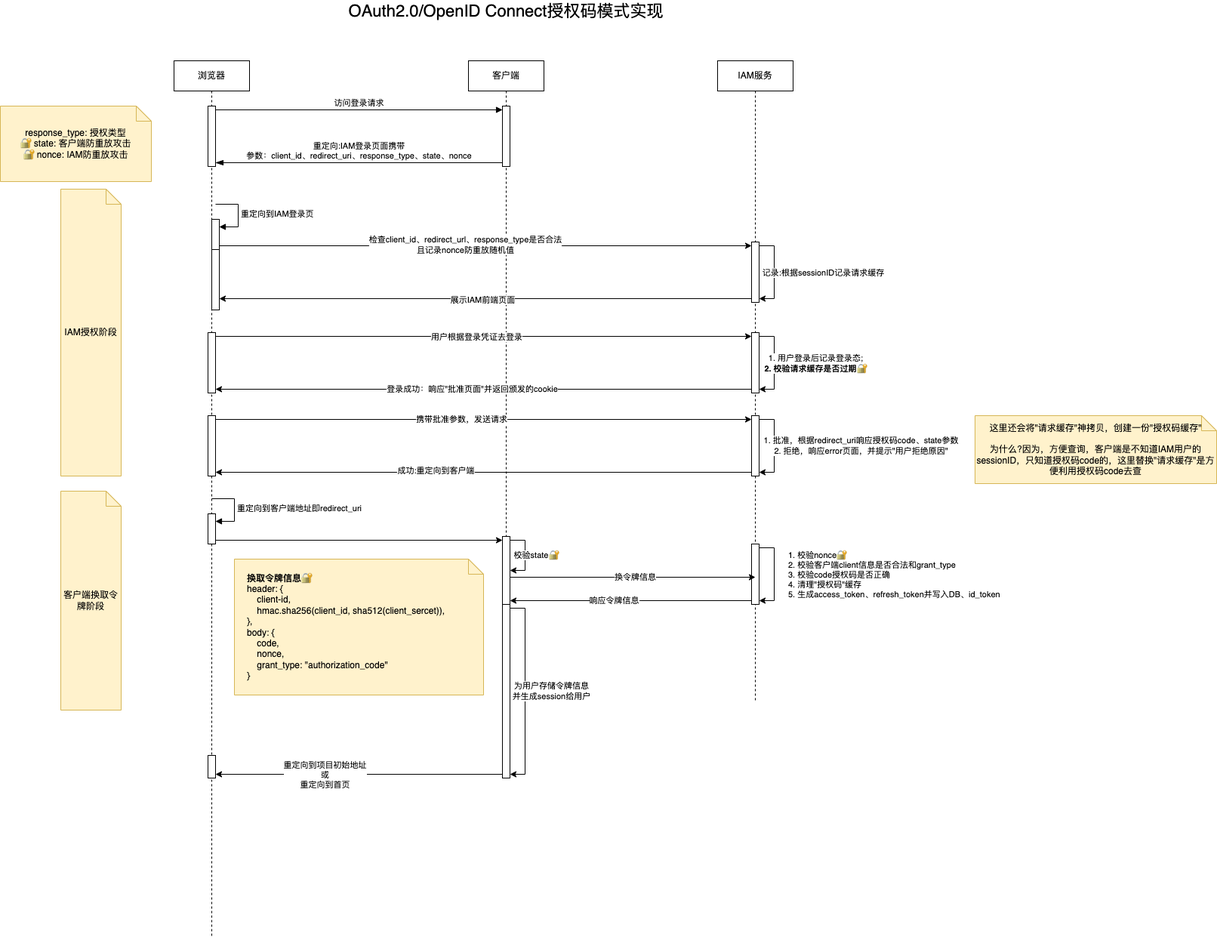
Earlier version of the draw.io export IAM实现.drawio.png (JYbill/draw). Source tidied: cells renumbered, new cells last; positions are measured from the earlier drawing's top-left corner, leaving out a move shared by most shapes.
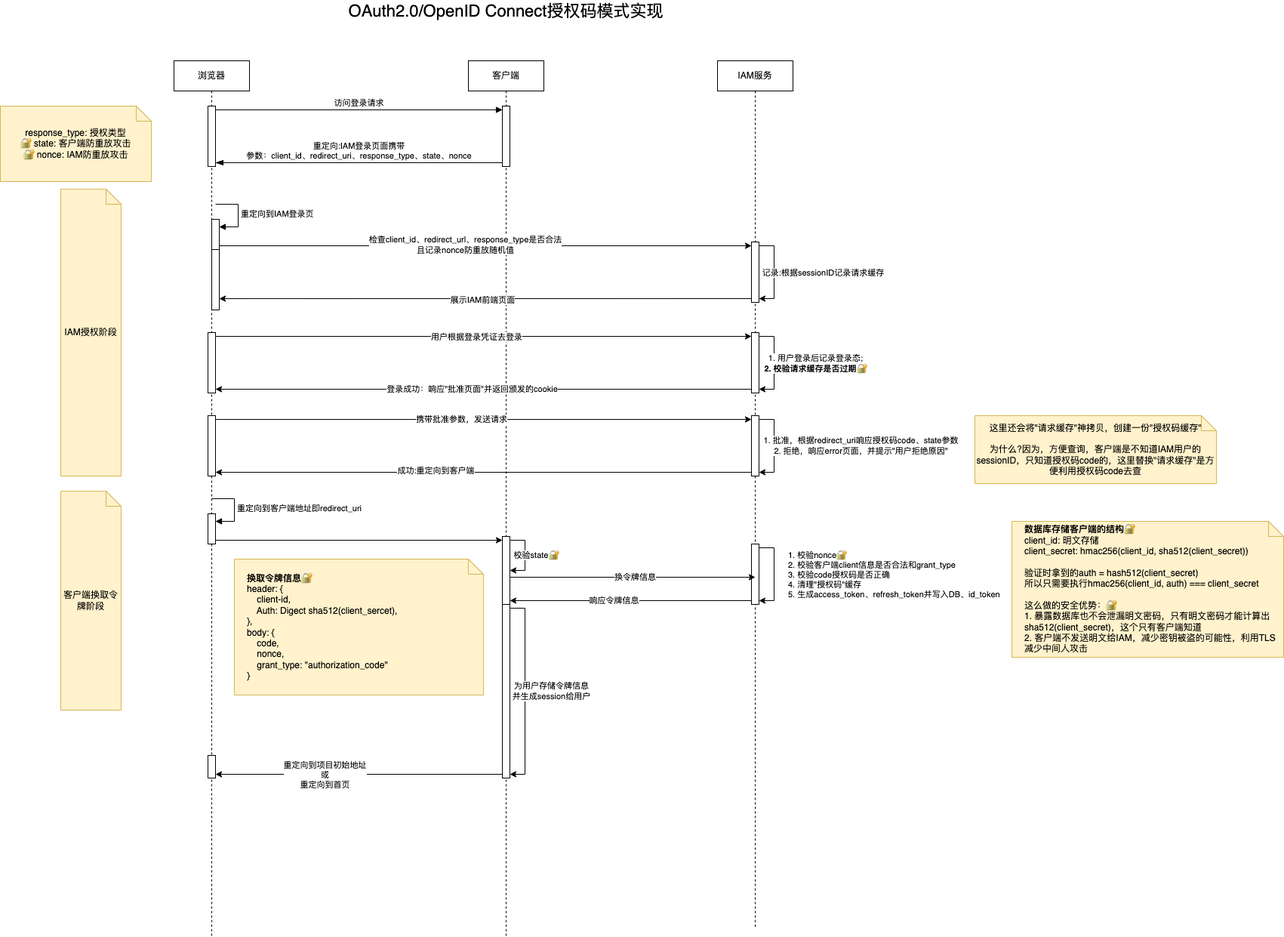
After the change.

Change to the diagram source:
```diff
@@ -43,7 +43,7 @@
       <mxGeometry x="45" y="920" width="10" height="30" as="geometry" />
     </mxCell>
     <mxCell id="12" value="客户端" style="shape=umlLifeline;perimeter=lifelinePerimeter;whiteSpace=wrap;html=1;newEdgeStyle={&quot;curved&quot;:0,&quot;rounded&quot;:0};" parent="1" vertex="1">
-      <mxGeometry x="620" y="80" width="100" height="950" as="geometry" />
+      <mxGeometry x="620" y="80" width="100" height="1160" as="geometry" />
     </mxCell>
     <mxCell id="13" style="html=1;points=[[0,0,0,0,5],[0,1,0,0,-5],[1,0,0,0,5],[1,1,0,0,-5]];perimeter=orthogonalPerimeter;outlineConnect=0;targetShapes=umlLifeline;portConstraint=eastwest;newEdgeStyle={&quot;curved&quot;:0,&quot;rounded&quot;:0};" parent="12" vertex="1">
       <mxGeometry x="45" y="60" width="10" height="80" as="geometry" />
@@ -80,7 +80,7 @@
       <mxGeometry relative="1" as="geometry" />
     </mxCell>
     <mxCell id="23" value="IAM服务" style="shape=umlLifeline;perimeter=lifelinePerimeter;whiteSpace=wrap;html=1;newEdgeStyle={&quot;curved&quot;:0,&quot;rounded&quot;:0};" parent="1" vertex="1">
-      <mxGeometry x="950" y="80" width="100" height="850" as="geometry" />
+      <mxGeometry x="950" y="80" width="100" height="1150" as="geometry" />
     </mxCell>
     <mxCell id="24" style="html=1;points=[[0,0,0,0,5],[0,1,0,0,-5],[1,0,0,0,5],[1,1,0,0,-5]];perimeter=orthogonalPerimeter;outlineConnect=0;targetShapes=umlLifeline;portConstraint=eastwest;newEdgeStyle={&quot;curved&quot;:0,&quot;rounded&quot;:0};" parent="23" vertex="1">
       <mxGeometry x="45" y="240" width="10" height="80" as="geometry" />
@@ -199,8 +199,11 @@
         <mxPoint x="2" y="2" as="offset" />
       </mxGeometry>
     </mxCell>
-    <mxCell id="59" value="&lt;b&gt;换取令牌信息🔐&lt;/b&gt;&lt;br&gt;header: {&lt;br&gt;&amp;nbsp; &amp;nbsp; client-id,&lt;br&gt;&amp;nbsp; &amp;nbsp; hmac.sha256(client_id, sha512(client_sercet)),&lt;br&gt;},&lt;br&gt;body: { &lt;br&gt;&amp;nbsp; &amp;nbsp; code, &lt;br&gt;&amp;nbsp; &amp;nbsp; nonce,&lt;br&gt;&amp;nbsp; &amp;nbsp; grant_type: &quot;authorization_code&quot;&lt;br&gt;}" style="shape=note;size=20;whiteSpace=wrap;html=1;fillColor=#fff2cc;strokeColor=#d6b656;align=left;spacingLeft=15;" parent="1" vertex="1">
+    <mxCell id="59" value="&lt;b&gt;换取令牌信息🔐&lt;/b&gt;&lt;br&gt;header: {&lt;br&gt;&amp;nbsp; &amp;nbsp; client-id,&lt;br&gt;&amp;nbsp; &amp;nbsp; Auth: Digect sha512(client_sercet),&lt;br&gt;},&lt;br&gt;body: { &lt;br&gt;&amp;nbsp; &amp;nbsp; code, &lt;br&gt;&amp;nbsp; &amp;nbsp; nonce,&lt;br&gt;&amp;nbsp; &amp;nbsp; grant_type: &quot;authorization_code&quot;&lt;br&gt;}" style="shape=note;size=20;whiteSpace=wrap;html=1;fillColor=#fff2cc;strokeColor=#d6b656;align=left;spacingLeft=15;" parent="1" vertex="1">
       <mxGeometry x="310" y="740" width="330" height="180" as="geometry" />
     </mxCell>
+    <mxCell id="60" value="&lt;b&gt;数据库存储客户端的结构🔐&lt;/b&gt;&lt;br&gt;client_id: 明文存储&lt;br&gt;client_secret: hmac256(client_id, sha512(client_secret))&lt;br&gt;&lt;br&gt;验证时拿到的auth = hash512(client_secret)&lt;br&gt;所以只需要执行hmac256(client_id, auth) === client_secret&lt;br&gt;&lt;br&gt;这么做的安全优势：🔐&lt;br&gt;1. 暴露数据库也不会泄漏明文密码，只有明文密码才能计算出sha512(client_secret)，这个只有客户端知道&lt;br&gt;2. 客户端不发送明文给IAM，减少密钥被盗的可能性，利用TLS减少中间人攻击" style="shape=note;size=20;whiteSpace=wrap;html=1;fillColor=#fff2cc;strokeColor=#d6b656;align=left;spacingLeft=15;" parent="1" vertex="1">
+      <mxGeometry x="1340" y="690" width="360" height="180" as="geometry" />
+    </mxCell>
   </root>
 </mxGraphModel>
```
